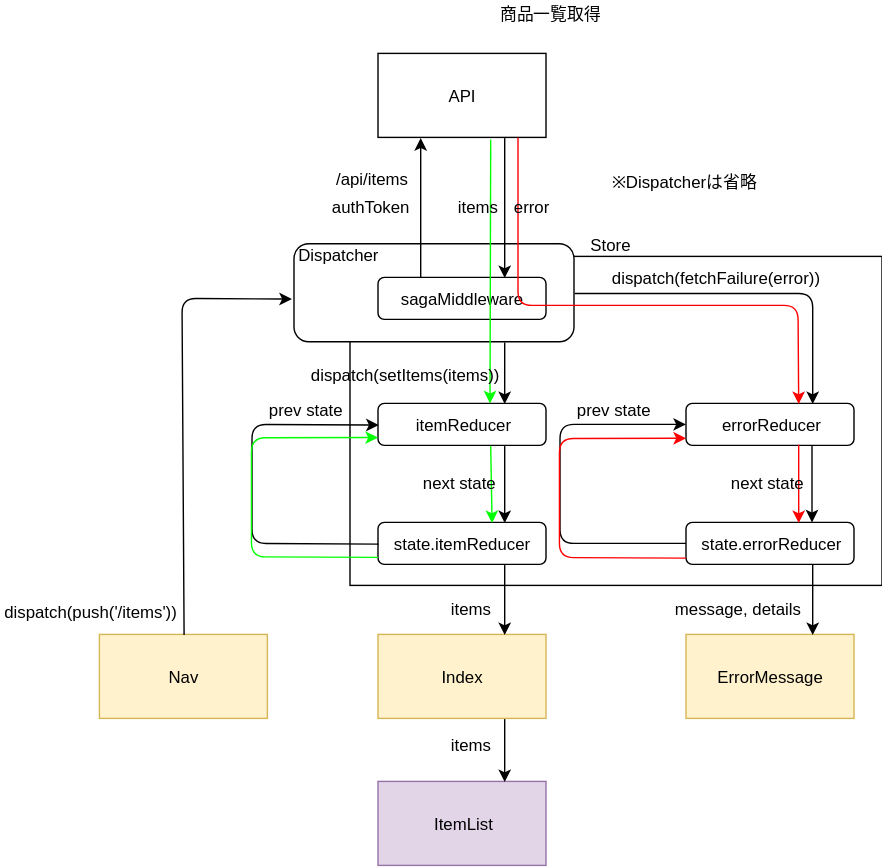
Earlier version of the draw.io export diagram/dataFlow/index.svg (emgniddikur/react-app). Source tidied: cells renumbered, new cells last; positions are measured from the earlier drawing's top-left corner, leaving out a move shared by most shapes. Source of this version:
```xml
<mxGraphModel>
  <root>
    <mxCell id="0" />
    <mxCell id="1" parent="0" />
    <mxCell id="2" style="rounded=0;whiteSpace=wrap;html=1;" parent="1" vertex="1">
      <mxGeometry x="249.5" y="182.5" width="380" height="235" as="geometry" />
    </mxCell>
    <mxCell id="3" value="Dispatcher&amp;nbsp; &amp;nbsp; &amp;nbsp; &amp;nbsp; &amp;nbsp; &amp;nbsp; &amp;nbsp; &amp;nbsp; &amp;nbsp; &amp;nbsp; &amp;nbsp; &amp;nbsp; &amp;nbsp; &amp;nbsp; &amp;nbsp; &amp;nbsp; &amp;nbsp; &amp;nbsp; &amp;nbsp; &amp;nbsp; &amp;nbsp; &amp;nbsp; &amp;nbsp; &amp;nbsp;&lt;br&gt;&lt;br&gt;&lt;br&gt;&lt;br&gt;" style="rounded=1;whiteSpace=wrap;html=1;" parent="1" vertex="1">
      <mxGeometry x="209.5" y="173.5" width="200" height="70" as="geometry" />
    </mxCell>
    <mxCell id="4" value="API&lt;br&gt;" style="rounded=0;whiteSpace=wrap;html=1;" parent="1" vertex="1">
      <mxGeometry x="269.5" y="37.5" width="120" height="60" as="geometry" />
    </mxCell>
    <mxCell id="5" value="sagaMiddleware" style="rounded=1;whiteSpace=wrap;html=1;" parent="1" vertex="1">
      <mxGeometry x="269.5" y="197.5" width="120" height="30" as="geometry" />
    </mxCell>
    <mxCell id="6" style="endArrow=classic;html=1;entryX=0.25;entryY=1;entryDx=0;entryDy=0;exitX=0.25;exitY=0;exitDx=0;exitDy=0;" parent="1" edge="1" source="5" target="4">
      <mxGeometry relative="1" as="geometry" />
    </mxCell>
    <mxCell id="7" style="endArrow=classic;html=1;entryX=0.75;entryY=0;entryDx=0;entryDy=0;exitX=0.75;exitY=1;exitDx=0;exitDy=0;" parent="1" edge="1" source="4" target="5">
      <mxGeometry relative="1" as="geometry" />
    </mxCell>
    <mxCell id="8" value="itemReducer" style="rounded=1;whiteSpace=wrap;html=1;" parent="1" vertex="1">
      <mxGeometry x="269.5" y="287.5" width="120" height="30" as="geometry" />
    </mxCell>
    <mxCell id="9" style="endArrow=classic;html=1;entryX=0.75;entryY=0;entryDx=0;entryDy=0;exitX=0.75;exitY=1;exitDx=0;exitDy=0;" parent="1" edge="1" source="3" target="8">
      <mxGeometry relative="1" as="geometry" />
    </mxCell>
    <mxCell id="10" value="authToken" style="text;html=1;align=left;verticalAlign=top;spacingTop=-4;" parent="1" vertex="1">
      <mxGeometry x="234.5" y="137.5" width="70" height="20" as="geometry" />
    </mxCell>
    <mxCell id="11" value="/api/items" style="text;html=1;align=left;verticalAlign=top;spacingTop=-4;" parent="1" vertex="1">
      <mxGeometry x="238" y="117.5" width="70" height="20" as="geometry" />
    </mxCell>
    <mxCell id="12" value="errorReducer&lt;br&gt;" style="rounded=1;whiteSpace=wrap;html=1;" parent="1" vertex="1">
      <mxGeometry x="489.5" y="287.5" width="120" height="30" as="geometry" />
    </mxCell>
    <mxCell id="13" style="endArrow=classic;html=1;entryX=0.75;entryY=0;entryDx=0;entryDy=0;exitX=1;exitY=0.5;exitDx=0;exitDy=0;" parent="1" edge="1" source="3" target="12">
      <mxGeometry relative="1" as="geometry">
        <Array as="points">
          <mxPoint x="580" y="209" />
        </Array>
      </mxGeometry>
    </mxCell>
    <mxCell id="14" value="state.itemReducer" style="rounded=1;whiteSpace=wrap;html=1;" parent="1" vertex="1">
      <mxGeometry x="269.5" y="372.5" width="120" height="30" as="geometry" />
    </mxCell>
    <mxCell id="15" style="endArrow=classic;html=1;entryX=0.75;entryY=0;entryDx=0;entryDy=0;exitX=0.75;exitY=1;exitDx=0;exitDy=0;" parent="1" edge="1" source="8" target="14">
      <mxGeometry relative="1" as="geometry" />
    </mxCell>
    <mxCell id="16" style="endArrow=classic;html=1;entryX=0;entryY=0.5;entryDx=0;entryDy=0;exitX=0;exitY=0.5;exitDx=0;exitDy=0;" parent="1" edge="1" source="14" target="8">
      <mxGeometry relative="1" as="geometry">
        <Array as="points">
          <mxPoint x="179.5" y="387.5" />
          <mxPoint x="179.5" y="347.5" />
          <mxPoint x="179.5" y="302.5" />
        </Array>
      </mxGeometry>
    </mxCell>
    <mxCell id="17" value="state.errorReducer" style="rounded=1;whiteSpace=wrap;html=1;" parent="1" vertex="1">
      <mxGeometry x="489.5" y="372.5" width="120" height="30" as="geometry" />
    </mxCell>
    <mxCell id="18" style="endArrow=classic;html=1;entryX=0.75;entryY=0;entryDx=0;entryDy=0;" parent="1" edge="1">
      <mxGeometry relative="1" as="geometry">
        <mxPoint x="579.5" y="317.5" as="sourcePoint" />
        <mxPoint x="579.5" y="372.5" as="targetPoint" />
      </mxGeometry>
    </mxCell>
    <mxCell id="19" value="prev state" style="text;html=1;align=left;verticalAlign=top;spacingTop=-4;" parent="1" vertex="1">
      <mxGeometry x="189.5" y="282.5" width="70" height="20" as="geometry" />
    </mxCell>
    <mxCell id="20" style="endArrow=classic;html=1;entryX=0;entryY=0.5;entryDx=0;entryDy=0;exitX=0;exitY=0.5;exitDx=0;exitDy=0;" parent="1" edge="1">
      <mxGeometry relative="1" as="geometry">
        <mxPoint x="489.5" y="387.5" as="sourcePoint" />
        <mxPoint x="489.5" y="302.5" as="targetPoint" />
        <Array as="points">
          <mxPoint x="399.5" y="387.5" />
          <mxPoint x="399.5" y="347.5" />
          <mxPoint x="399.5" y="302.5" />
        </Array>
      </mxGeometry>
    </mxCell>
    <mxCell id="21" value="prev state" style="text;html=1;align=left;verticalAlign=top;spacingTop=-4;" parent="1" vertex="1">
      <mxGeometry x="409.5" y="282.5" width="70" height="20" as="geometry" />
    </mxCell>
    <mxCell id="22" value="dispatch(fetchFailure(error))" style="text;html=1;align=left;verticalAlign=top;spacingTop=-4;" parent="1" vertex="1">
      <mxGeometry x="434.5" y="188.5" width="160" height="20" as="geometry" />
    </mxCell>
    <mxCell id="23" value="Index" style="rounded=0;whiteSpace=wrap;html=1;fillColor=#fff2cc;strokeColor=#d6b656;" parent="1" vertex="1">
      <mxGeometry x="269.5" y="452.5" width="120" height="60" as="geometry" />
    </mxCell>
    <mxCell id="24" value="ItemList" style="rounded=0;whiteSpace=wrap;html=1;fillColor=#e1d5e7;strokeColor=#9673a6;" parent="1" vertex="1">
      <mxGeometry x="269.5" y="557.5" width="120" height="60" as="geometry" />
    </mxCell>
    <mxCell id="25" value="Nav" style="rounded=0;whiteSpace=wrap;html=1;fillColor=#fff2cc;strokeColor=#d6b656;" parent="1" vertex="1">
      <mxGeometry x="70.5" y="452.5" width="120" height="60" as="geometry" />
    </mxCell>
    <mxCell id="26" value="ErrorMessage" style="rounded=0;whiteSpace=wrap;html=1;fillColor=#fff2cc;strokeColor=#d6b656;" parent="1" vertex="1">
      <mxGeometry x="489.5" y="452.5" width="120" height="60" as="geometry" />
    </mxCell>
    <mxCell id="27" style="endArrow=classic;html=1;entryX=0.75;entryY=0;entryDx=0;entryDy=0;exitX=0.75;exitY=1;exitDx=0;exitDy=0;" parent="1" edge="1" source="14" target="23">
      <mxGeometry relative="1" as="geometry" />
    </mxCell>
    <mxCell id="28" value="items" style="text;html=1;align=left;verticalAlign=top;spacingTop=-4;" parent="1" vertex="1">
      <mxGeometry x="319.5" y="425" width="40" height="20" as="geometry" />
    </mxCell>
    <mxCell id="29" style="endArrow=classic;html=1;entryX=0.75;entryY=0;entryDx=0;entryDy=0;exitX=0.75;exitY=1;exitDx=0;exitDy=0;" parent="1" edge="1" source="23" target="24">
      <mxGeometry relative="1" as="geometry" />
    </mxCell>
    <mxCell id="30" style="endArrow=classic;html=1;entryX=0.75;entryY=0;entryDx=0;entryDy=0;exitX=0.75;exitY=1;exitDx=0;exitDy=0;" parent="1" edge="1" source="17" target="26">
      <mxGeometry relative="1" as="geometry" />
    </mxCell>
    <mxCell id="31" value="message, details&lt;br&gt;" style="text;html=1;align=left;verticalAlign=top;spacingTop=-4;" parent="1" vertex="1">
      <mxGeometry x="479.5" y="425" width="110" height="20" as="geometry" />
    </mxCell>
    <mxCell id="32" value="items" style="text;html=1;align=left;verticalAlign=top;spacingTop=-4;" parent="1" vertex="1">
      <mxGeometry x="319.5" y="521.5" width="40" height="20" as="geometry" />
    </mxCell>
    <mxCell id="33" style="endArrow=classic;html=1;exitX=0.5;exitY=0;exitDx=0;exitDy=0;" parent="1" edge="1" source="25">
      <mxGeometry relative="1" as="geometry">
        <mxPoint x="208" y="213" as="targetPoint" />
        <Array as="points">
          <mxPoint x="129.5" y="212.5" />
        </Array>
      </mxGeometry>
    </mxCell>
    <mxCell id="34" value="dispatch(push('/items'))" style="text;html=1;align=left;verticalAlign=top;spacingTop=-4;" parent="1" vertex="1">
      <mxGeometry x="0.5" y="426.5" width="140" height="20" as="geometry" />
    </mxCell>
    <mxCell id="35" style="endArrow=classic;html=1;strokeColor=#FF0000;entryX=0.667;entryY=0.013;entryDx=0;entryDy=0;entryPerimeter=0;" parent="1" edge="1" target="12">
      <mxGeometry relative="1" as="geometry">
        <mxPoint x="369.5" y="97.5" as="sourcePoint" />
        <Array as="points">
          <mxPoint x="369.5" y="217.5" />
          <mxPoint x="569.5" y="217.5" />
        </Array>
      </mxGeometry>
    </mxCell>
    <mxCell id="36" style="endArrow=classic;html=1;strokeColor=#FF0000;exitX=0.671;exitY=0.983;exitDx=0;exitDy=0;exitPerimeter=0;entryX=0.671;entryY=0;entryDx=0;entryDy=0;entryPerimeter=0;" parent="1" edge="1" source="12" target="17">
      <mxGeometry relative="1" as="geometry" />
    </mxCell>
    <mxCell id="37" style="endArrow=classic;html=1;strokeColor=#00FF00;exitX=0.667;exitY=1.017;exitDx=0;exitDy=0;exitPerimeter=0;" parent="1" edge="1" source="4">
      <mxGeometry relative="1" as="geometry">
        <mxPoint x="349.5" y="287.5" as="targetPoint" />
      </mxGeometry>
    </mxCell>
    <mxCell id="38" style="endArrow=classic;html=1;strokeColor=#00FF00;entryX=0.675;entryY=0;entryDx=0;entryDy=0;entryPerimeter=0;exitX=0.671;exitY=1;exitDx=0;exitDy=0;exitPerimeter=0;" parent="1" edge="1" source="8" target="14">
      <mxGeometry relative="1" as="geometry" />
    </mxCell>
    <mxCell id="39" style="endArrow=classic;html=1;entryX=0;entryY=0.5;entryDx=0;entryDy=0;exitX=0;exitY=0.5;exitDx=0;exitDy=0;strokeColor=#00FF00;" parent="1" edge="1">
      <mxGeometry relative="1" as="geometry">
        <mxPoint x="269.5" y="397.5" as="sourcePoint" />
        <mxPoint x="269.5" y="311.9" as="targetPoint" />
        <Array as="points">
          <mxPoint x="179.1" y="397.1" />
          <mxPoint x="179.1" y="357.1" />
          <mxPoint x="179.1" y="312.1" />
        </Array>
      </mxGeometry>
    </mxCell>
    <mxCell id="40" value="items" style="text;html=1;align=left;verticalAlign=top;spacingTop=-4;" parent="1" vertex="1">
      <mxGeometry x="324.5" y="137.5" width="40" height="20" as="geometry" />
    </mxCell>
    <mxCell id="41" value="error" style="text;html=1;align=left;verticalAlign=top;spacingTop=-4;" parent="1" vertex="1">
      <mxGeometry x="364.5" y="137.5" width="40" height="20" as="geometry" />
    </mxCell>
    <mxCell id="42" value="dispatch(setItems(items))" style="text;html=1;align=left;verticalAlign=top;spacingTop=-4;" parent="1" vertex="1">
      <mxGeometry x="219.5" y="257.5" width="150" height="20" as="geometry" />
    </mxCell>
    <mxCell id="43" value="next state" style="text;html=1;align=left;verticalAlign=top;spacingTop=-4;" parent="1" vertex="1">
      <mxGeometry x="519.5" y="335" width="70" height="20" as="geometry" />
    </mxCell>
    <mxCell id="44" value="next state" style="text;html=1;align=left;verticalAlign=top;spacingTop=-4;" parent="1" vertex="1">
      <mxGeometry x="299.5" y="335" width="70" height="20" as="geometry" />
    </mxCell>
    <mxCell id="45" style="endArrow=classic;html=1;entryX=0;entryY=0.5;entryDx=0;entryDy=0;exitX=0;exitY=0.5;exitDx=0;exitDy=0;fillColor=#a20025;strokeColor=#FF0000;" parent="1" edge="1">
      <mxGeometry relative="1" as="geometry">
        <mxPoint x="489.5" y="398" as="sourcePoint" />
        <mxPoint x="489.5" y="312.4" as="targetPoint" />
        <Array as="points">
          <mxPoint x="399.1" y="397.6" />
          <mxPoint x="399.1" y="357.6" />
          <mxPoint x="399.1" y="312.6" />
        </Array>
      </mxGeometry>
    </mxCell>
    <mxCell id="46" value="※Dispatcherは省略" style="text;html=1;align=left;verticalAlign=top;spacingTop=-4;" parent="1" vertex="1">
      <mxGeometry x="434.5" y="120" width="120" height="20" as="geometry" />
    </mxCell>
    <mxCell id="47" value="商品一覧取得&lt;br&gt;" style="text;html=1;align=left;verticalAlign=top;spacingTop=-4;" parent="1" vertex="1">
      <mxGeometry x="354.5" width="90" height="20" as="geometry" />
    </mxCell>
    <mxCell id="48" value="Store" style="text;html=1;strokeColor=none;fillColor=none;align=center;verticalAlign=middle;whiteSpace=wrap;rounded=0;" parent="1" vertex="1">
      <mxGeometry x="414.5" y="163.5" width="40" height="20" as="geometry" />
    </mxCell>
  </root>
</mxGraphModel>
```
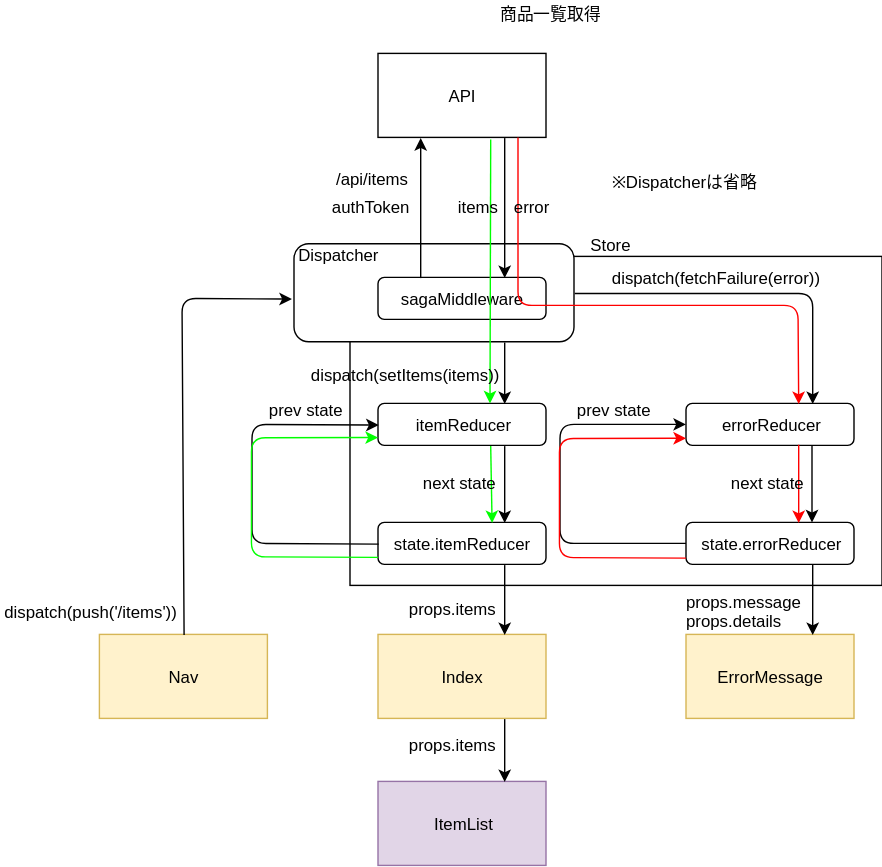
After the change.

The edit, as a diff of the source:
```diff
@@ -101,8 +101,8 @@
     <mxCell id="27" style="endArrow=classic;html=1;entryX=0.75;entryY=0;entryDx=0;entryDy=0;exitX=0.75;exitY=1;exitDx=0;exitDy=0;" parent="1" edge="1" source="14" target="23">
       <mxGeometry relative="1" as="geometry" />
     </mxCell>
-    <mxCell id="28" value="items" style="text;html=1;align=left;verticalAlign=top;spacingTop=-4;" parent="1" vertex="1">
-      <mxGeometry x="319.5" y="425" width="40" height="20" as="geometry" />
+    <mxCell id="28" value="props.items" style="text;html=1;align=left;verticalAlign=top;spacingTop=-4;" parent="1" vertex="1">
+      <mxGeometry x="289.5" y="425" width="80" height="20" as="geometry" />
     </mxCell>
     <mxCell id="29" style="endArrow=classic;html=1;entryX=0.75;entryY=0;entryDx=0;entryDy=0;exitX=0.75;exitY=1;exitDx=0;exitDy=0;" parent="1" edge="1" source="23" target="24">
       <mxGeometry relative="1" as="geometry" />
@@ -110,11 +110,8 @@
     <mxCell id="30" style="endArrow=classic;html=1;entryX=0.75;entryY=0;entryDx=0;entryDy=0;exitX=0.75;exitY=1;exitDx=0;exitDy=0;" parent="1" edge="1" source="17" target="26">
       <mxGeometry relative="1" as="geometry" />
     </mxCell>
-    <mxCell id="31" value="message, details&lt;br&gt;" style="text;html=1;align=left;verticalAlign=top;spacingTop=-4;" parent="1" vertex="1">
-      <mxGeometry x="479.5" y="425" width="110" height="20" as="geometry" />
-    </mxCell>
-    <mxCell id="32" value="items" style="text;html=1;align=left;verticalAlign=top;spacingTop=-4;" parent="1" vertex="1">
-      <mxGeometry x="319.5" y="521.5" width="40" height="20" as="geometry" />
+    <mxCell id="32" value="props.items" style="text;html=1;align=left;verticalAlign=top;spacingTop=-4;" parent="1" vertex="1">
+      <mxGeometry x="289.5" y="521.5" width="80" height="20" as="geometry" />
     </mxCell>
     <mxCell id="33" style="endArrow=classic;html=1;exitX=0.5;exitY=0;exitDx=0;exitDy=0;" parent="1" edge="1" source="25">
       <mxGeometry relative="1" as="geometry">
@@ -193,5 +190,8 @@
     <mxCell id="48" value="Store" style="text;html=1;strokeColor=none;fillColor=none;align=center;verticalAlign=middle;whiteSpace=wrap;rounded=0;" parent="1" vertex="1">
       <mxGeometry x="414.5" y="163.5" width="40" height="20" as="geometry" />
     </mxCell>
+    <mxCell id="49" value="props.message&lt;br&gt;props.details&lt;br&gt;" style="text;html=1;align=left;verticalAlign=top;spacingTop=-4;" parent="1" vertex="1">
+      <mxGeometry x="488" y="420" width="100" height="30" as="geometry" />
+    </mxCell>
   </root>
 </mxGraphModel>
```
